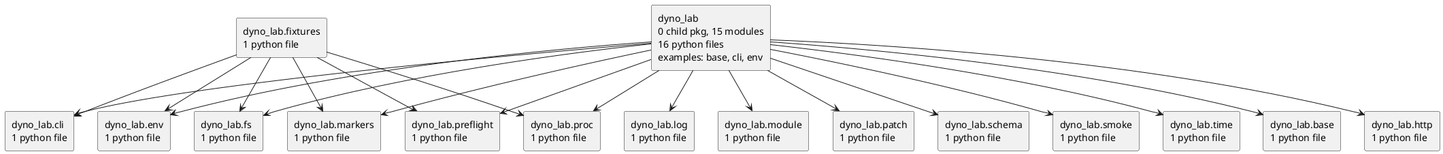
Earlier version of the PlantUML export docs/diagrams/python-packages.puml.png (casonk/dyno-lab).
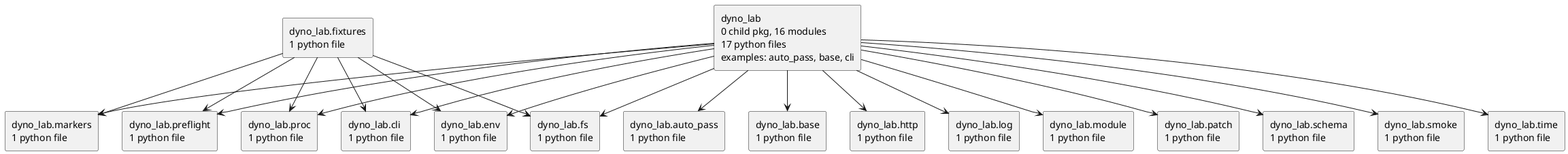
Later version of the same file.

What changed in the source:
```diff
@@ -2,7 +2,8 @@
 set namespaceSeparator none
 top to bottom direction
 skinparam componentStyle rectangle
-rectangle "dyno_lab\n0 child pkg, 15 modules\n16 python files\nexamples: base, cli, env" as dyno_lab
+rectangle "dyno_lab\n0 child pkg, 16 modules\n17 python files\nexamples: auto_pass, base, cli" as dyno_lab
+rectangle "dyno_lab.auto_pass\n1 python file" as dyno_lab.auto_pass
 rectangle "dyno_lab.base\n1 python file" as dyno_lab.base
 rectangle "dyno_lab.cli\n1 python file" as dyno_lab.cli
 rectangle "dyno_lab.env\n1 python file" as dyno_lab.env
@@ -18,6 +19,7 @@
 rectangle "dyno_lab.schema\n1 python file" as dyno_lab.schema
 rectangle "dyno_lab.smoke\n1 python file" as dyno_lab.smoke
 rectangle "dyno_lab.time\n1 python file" as dyno_lab.time
+dyno_lab --> dyno_lab.auto_pass
 dyno_lab --> dyno_lab.base
 dyno_lab --> dyno_lab.cli
 dyno_lab --> dyno_lab.env
```
